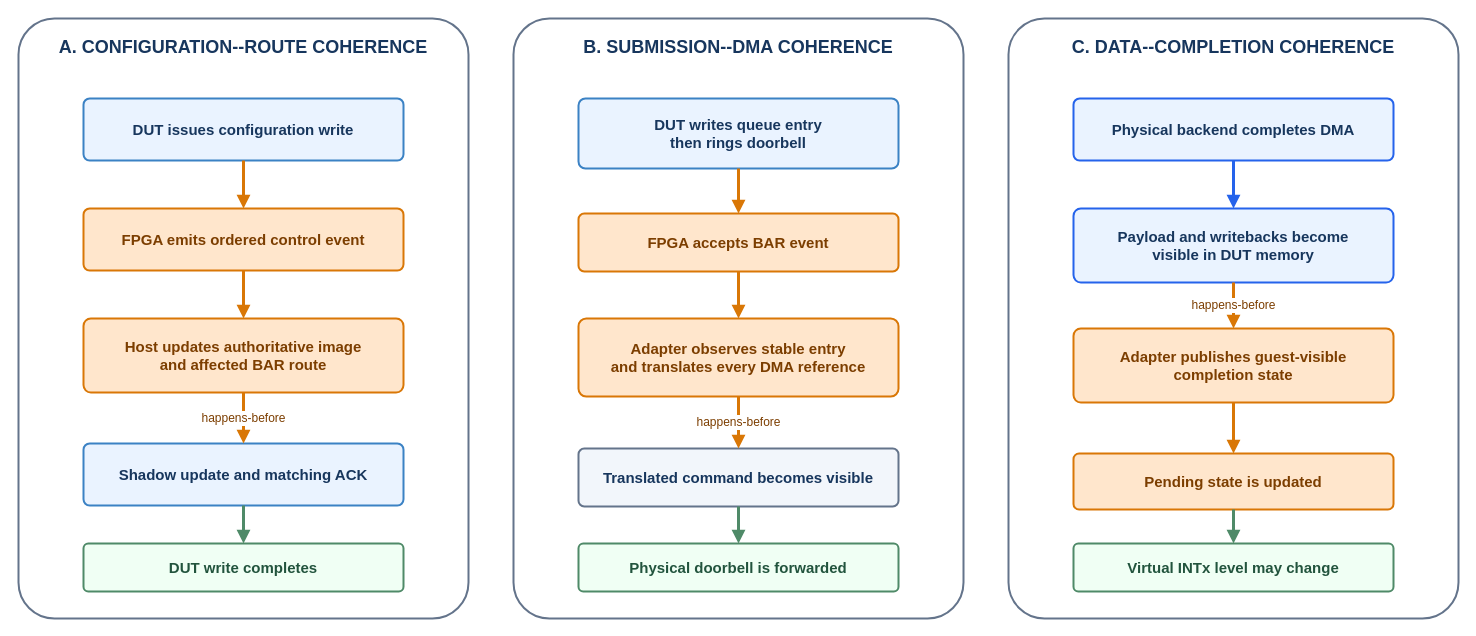
Earlier version of the draw.io diagram figures/coherence_protocols.drawio (Nullray/SCOPE_FPGA2027_draft). Source tidied: cells renumbered, new cells numbered last; positions are measured from the earlier drawing's top-left corner, leaving out a move shared by most shapes. Both pictures are drawn from the tidied source at 100%, with x=0, y=0 at pixel (18, 18).
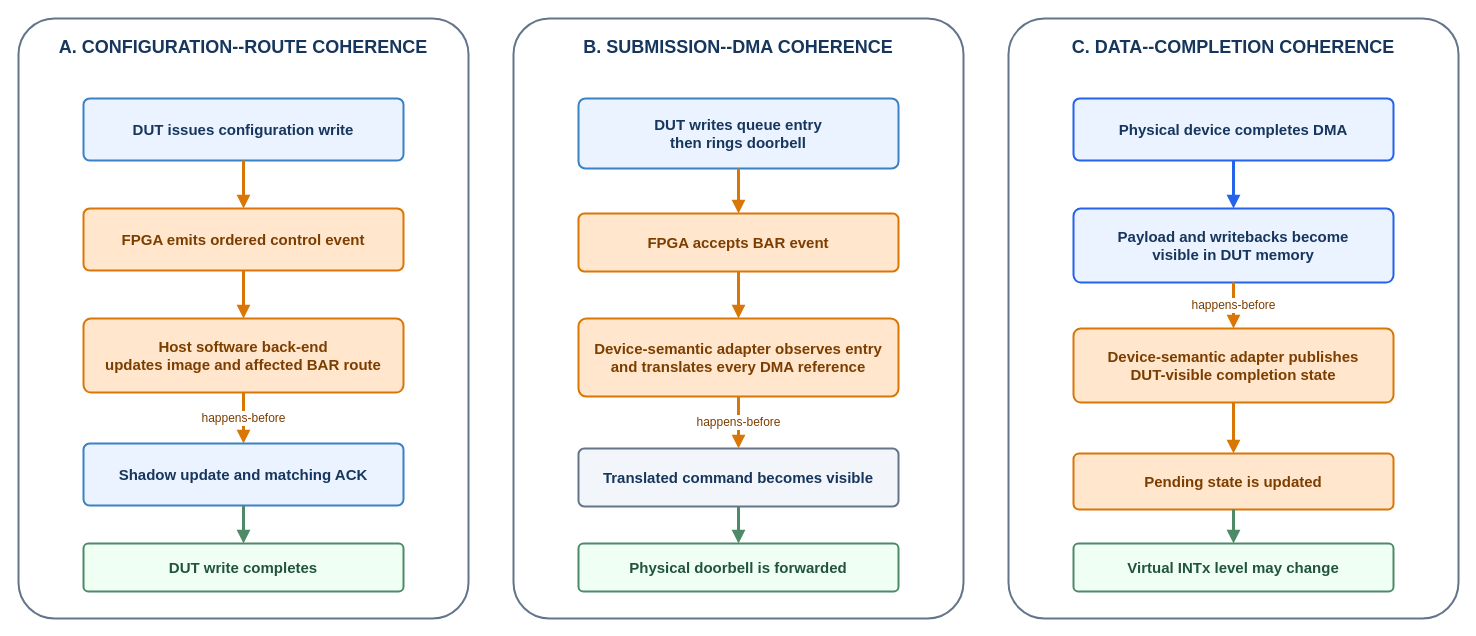
The same page after the edit.

Change to the diagram source:
```diff
@@
-    <mxCell id="7" value="Host updates authoritative image&lt;br&gt;and affected BAR route" style="rounded=1;whiteSpace=wrap;html=1;fontSize=15;fontStyle=1;fontColor=#7C3E00;fillColor=#FFE6CC;strokeColor=#D97706;strokeWidth=2;arcSize=10;" parent="1" vertex="1">
+    <mxCell id="7" value="Host software back-end&lt;br&gt;updates image and affected BAR route" style="rounded=1;whiteSpace=wrap;html=1;fontSize=15;fontStyle=1;fontColor=#7C3E00;fillColor=#FFE6CC;strokeColor=#D97706;strokeWidth=2;arcSize=10;" parent="1" vertex="1">
       <mxGeometry x="65" y="300" width="320" height="74" as="geometry" />
     </mxCell>
@@
-    <mxCell id="12" value="Adapter observes stable entry&lt;br&gt;and translates every DMA reference" style="rounded=1;whiteSpace=wrap;html=1;fontSize=15;fontStyle=1;fontColor=#7C3E00;fillColor=#FFE6CC;strokeColor=#D97706;strokeWidth=2;arcSize=10;" parent="1" vertex="1">
+    <mxCell id="12" value="Device-semantic adapter observes entry&lt;br&gt;and translates every DMA reference" style="rounded=1;whiteSpace=wrap;html=1;fontSize=15;fontStyle=1;fontColor=#7C3E00;fillColor=#FFE6CC;strokeColor=#D97706;strokeWidth=2;arcSize=10;" parent="1" vertex="1">
       <mxGeometry x="560" y="300" width="320" height="78" as="geometry" />
     </mxCell>
@@
-    <mxCell id="15" value="Physical backend completes DMA" style="rounded=1;whiteSpace=wrap;html=1;fontSize=15;fontStyle=1;fontColor=#17365D;fillColor=#EAF3FF;strokeColor=#2563EB;strokeWidth=2;arcSize=10;" parent="1" vertex="1">
+    <mxCell id="15" value="Physical device completes DMA" style="rounded=1;whiteSpace=wrap;html=1;fontSize=15;fontStyle=1;fontColor=#17365D;fillColor=#EAF3FF;strokeColor=#2563EB;strokeWidth=2;arcSize=10;" parent="1" vertex="1">
       <mxGeometry x="1055" y="80" width="320" height="62" as="geometry" />
     </mxCell>
@@
-    <mxCell id="17" value="Adapter publishes guest-visible&lt;br&gt;completion state" style="rounded=1;whiteSpace=wrap;html=1;fontSize=15;fontStyle=1;fontColor=#7C3E00;fillColor=#FFE6CC;strokeColor=#D97706;strokeWidth=2;arcSize=10;" parent="1" vertex="1">
+    <mxCell id="17" value="Device-semantic adapter publishes&lt;br&gt;DUT-visible completion state" style="rounded=1;whiteSpace=wrap;html=1;fontSize=15;fontStyle=1;fontColor=#7C3E00;fillColor=#FFE6CC;strokeColor=#D97706;strokeWidth=2;arcSize=10;" parent="1" vertex="1">
       <mxGeometry x="1055" y="310" width="320" height="74" as="geometry" />
     </mxCell>
```
